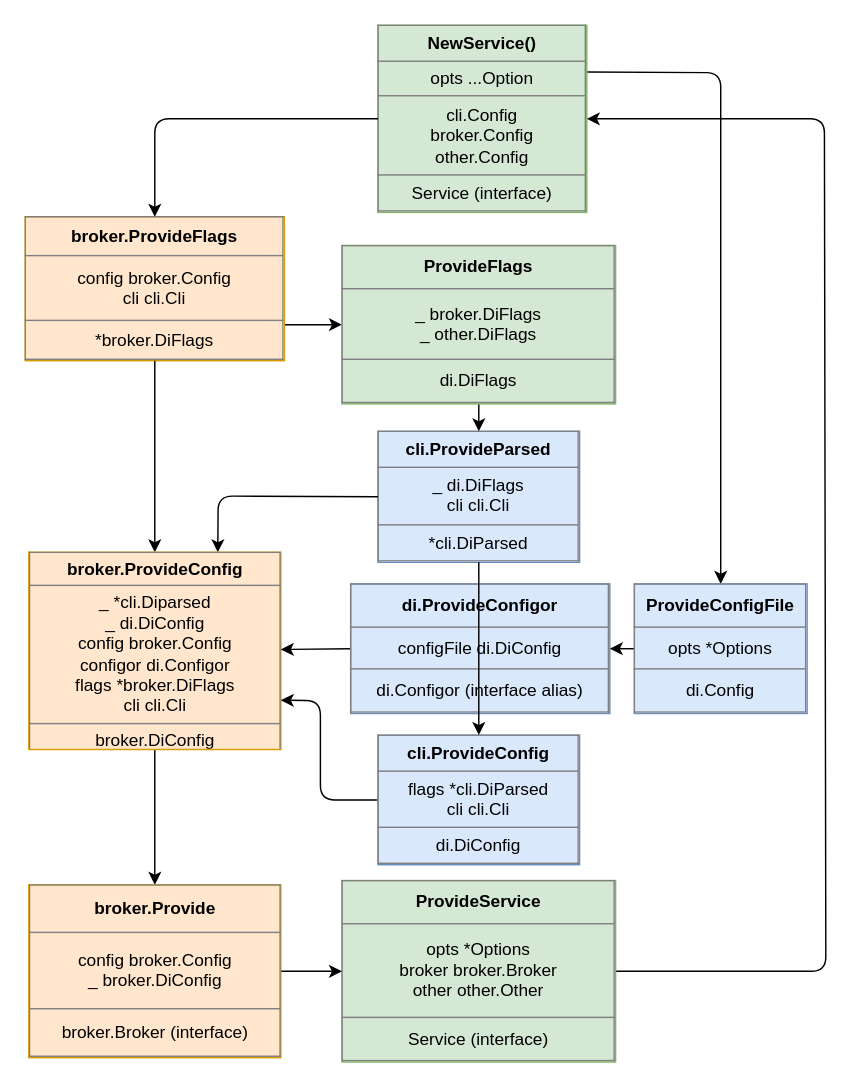
Before: docs/wire/new_wire_di.dio in jochumdev/microwire, a draw.io diagram. Source tidied: cells renumbered, new cells numbered last; positions are measured from the earlier drawing's top-left corner, leaving out a move shared by most shapes. Both pictures are drawn from the tidied source at 144%, with x=0, y=0 at pixel (24, 24).
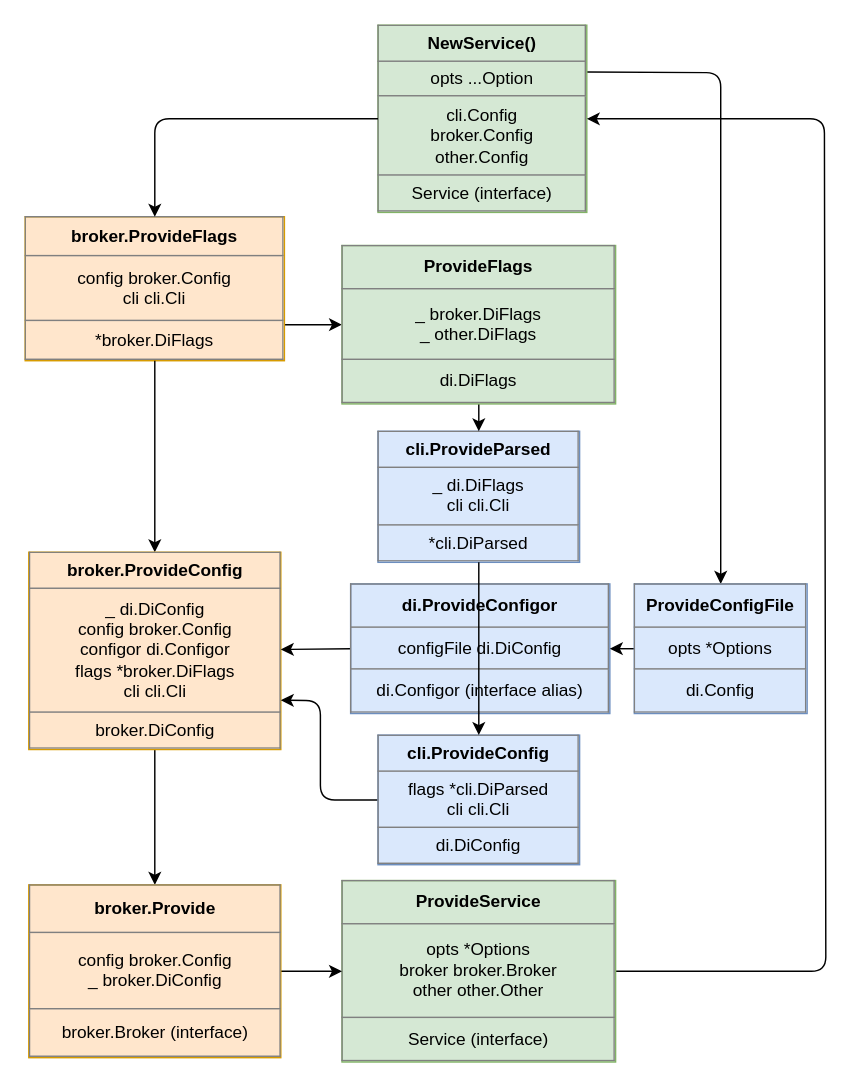
The same page after the edit.

Commit message (it also covers changes not shown here):
(docs): Update new_wire Diagram

Unchanged cells that the change refers to:
```xml
<mxCell id="4" value="&lt;table border=&quot;1&quot; width=&quot;100%&quot; height=&quot;100%&quot; cellpadding=&quot;4&quot; style=&quot;width: 100%; height: 100%; border-collapse: collapse;&quot;&gt;&lt;tbody&gt;&lt;tr&gt;&lt;th align=&quot;center&quot;&gt;cli.ProvideParsed&lt;/th&gt;&lt;/tr&gt;&lt;tr&gt;&lt;td align=&quot;center&quot;&gt;_ di.DiFlags&lt;br&gt;cli cli.Cli&lt;br&gt;&lt;/td&gt;&lt;/tr&gt;&lt;tr&gt;&lt;td align=&quot;center&quot;&gt;*cli.DiParsed&lt;br&gt;&lt;/td&gt;&lt;/tr&gt;&lt;/tbody&gt;&lt;/table&gt;" style="text;html=1;strokeColor=#6c8ebf;fillColor=#dae8fc;overflow=fill;" parent="1" vertex="1">
  <mxGeometry x="245" y="282" width="140" height="91" as="geometry" />
</mxCell>
```

Diff of the diagram source:
```diff
@@
-    <mxCell id="11" style="edgeStyle=none;html=1;exitX=0.75;exitY=0;exitDx=0;exitDy=0;entryX=0;entryY=0.5;entryDx=0;entryDy=0;startArrow=classic;startFill=1;endArrow=none;endFill=0;" parent="1" edge="1" source="14" target="4">
-      <mxGeometry relative="1" as="geometry">
-        <Array as="points">
-          <mxPoint x="134" y="327" />
-        </Array>
-      </mxGeometry>
-    </mxCell>
@@
-    <mxCell id="14" value="&lt;table border=&quot;1&quot; width=&quot;100%&quot; height=&quot;100%&quot; cellpadding=&quot;4&quot; style=&quot;width: 100%; height: 100%; border-collapse: collapse;&quot;&gt;&lt;tbody&gt;&lt;tr&gt;&lt;th align=&quot;center&quot;&gt;broker.ProvideConfig&lt;/th&gt;&lt;/tr&gt;&lt;tr&gt;&lt;td align=&quot;center&quot;&gt;_ *cli.Diparsed&lt;br&gt;_ di.DiConfig&lt;br&gt;config broker.Config&lt;br&gt;configor di.Configor&lt;br&gt;flags *broker.DiFlags&lt;br&gt;cli cli.Cli&lt;/td&gt;&lt;/tr&gt;&lt;tr&gt;&lt;td align=&quot;center&quot;&gt;broker.DiConfig&lt;br&gt;&lt;/td&gt;&lt;/tr&gt;&lt;/tbody&gt;&lt;/table&gt;" style="text;html=1;strokeColor=#d79b00;fillColor=#ffe6cc;overflow=fill;" parent="1" vertex="1">
+    <mxCell id="14" value="&lt;table border=&quot;1&quot; width=&quot;100%&quot; height=&quot;100%&quot; cellpadding=&quot;4&quot; style=&quot;width: 100%; height: 100%; border-collapse: collapse;&quot;&gt;&lt;tbody&gt;&lt;tr&gt;&lt;th align=&quot;center&quot;&gt;broker.ProvideConfig&lt;/th&gt;&lt;/tr&gt;&lt;tr&gt;&lt;td align=&quot;center&quot;&gt;_ di.DiConfig&lt;br&gt;config broker.Config&lt;br&gt;configor di.Configor&lt;br&gt;flags *broker.DiFlags&lt;br&gt;cli cli.Cli&lt;/td&gt;&lt;/tr&gt;&lt;tr&gt;&lt;td align=&quot;center&quot;&gt;broker.DiConfig&lt;br&gt;&lt;/td&gt;&lt;/tr&gt;&lt;/tbody&gt;&lt;/table&gt;" style="text;html=1;strokeColor=#d79b00;fillColor=#ffe6cc;overflow=fill;" parent="1" vertex="1">
       <mxGeometry x="2.5" y="366" width="175" height="137" as="geometry" />
     </mxCell>
```
